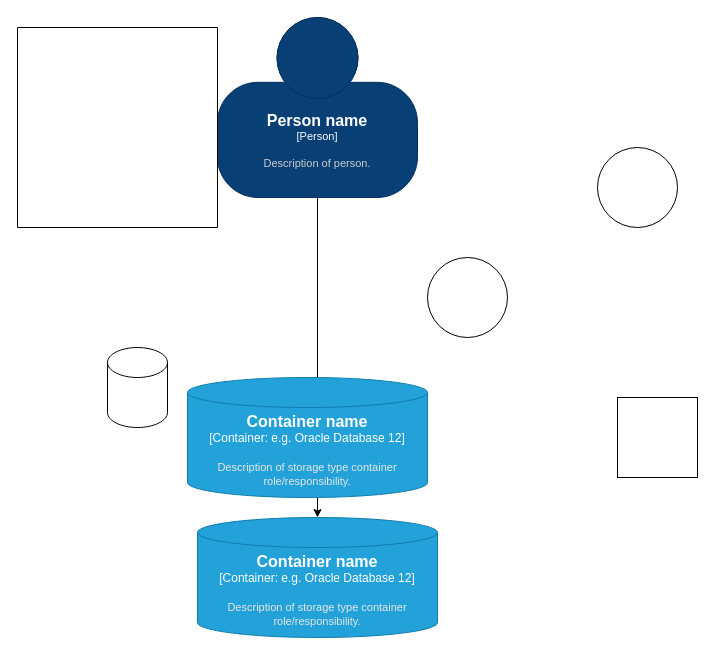
Before: Untitled Diagram.drawio in alihaddadi/threadPilot, a draw.io diagram. Source tidied: cells renumbered, new cells numbered last; positions are measured from the earlier drawing's top-left corner, leaving out a move shared by most shapes. Both pictures are drawn from the tidied source at 100%, with x=0, y=0 at pixel (17, 17).
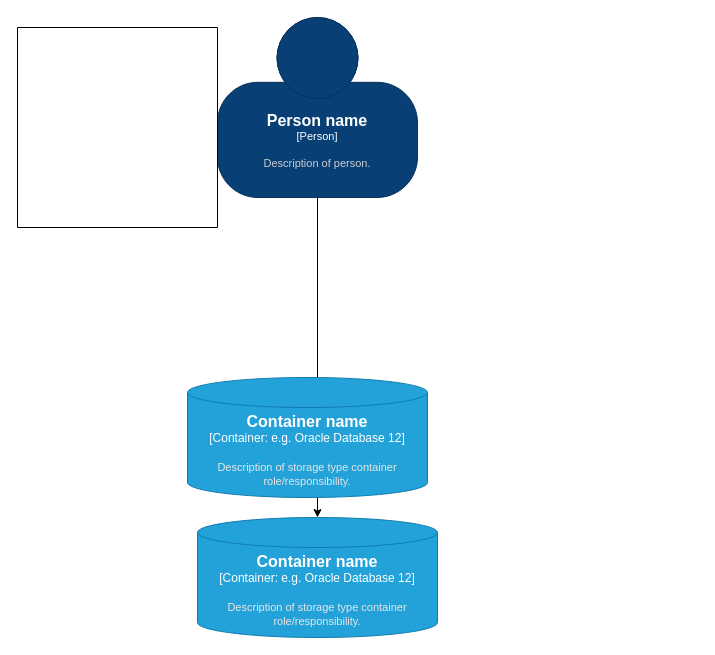
The same page after the edit.

The edit, as a diff of the source:
```diff
@@
 <mxGraphModel>
   <root>
     <mxCell id="0" />
     <mxCell id="1" parent="0" />
     <object id="2" label="&lt;font style=&quot;font-size: 16px&quot;&gt;&lt;b&gt;%c4Name%&lt;/b&gt;&lt;/font&gt;&lt;div&gt;[%c4Type%:&amp;nbsp;%c4Technology%]&lt;/div&gt;&lt;br&gt;&lt;div&gt;&lt;font style=&quot;font-size: 11px&quot;&gt;&lt;font color=&quot;#E6E6E6&quot;&gt;%c4Description%&lt;/font&gt;&lt;/div&gt;" c4Description="Description of storage type container role/responsibility." c4Name="Container name" c4Technology="e.g. Oracle Database 12" c4Type="Container" placeholders="1">
       <mxCell style="shape=cylinder3;size=15;whiteSpace=wrap;html=1;boundedLbl=1;rounded=0;labelBackgroundColor=none;fillColor=#23A2D9;fontSize=12;fontColor=#ffffff;align=center;strokeColor=#0E7DAD;points=[[0.5,0,0],[1,0.25,0],[1,0.5,0],[1,0.75,0],[0.5,1,0],[0,0.75,0],[0,0.5,0],[0,0.25,0]];" parent="1" vertex="1">
         <mxGeometry x="180" y="500" width="240" height="120" as="geometry" />
       </mxCell>
     </object>
     <object id="3" label="&lt;font style=&quot;font-size: 16px&quot;&gt;&lt;b&gt;%c4Name%&lt;/b&gt;&lt;/font&gt;&lt;div&gt;[%c4Type%]&lt;/div&gt;&lt;br&gt;&lt;div&gt;&lt;font style=&quot;font-size: 11px&quot;&gt;&lt;font color=&quot;#cccccc&quot;&gt;%c4Description%&lt;/font&gt;&lt;/div&gt;" c4Description="Description of person." c4Name="Person name" c4Type="Person" placeholders="1">
       <mxCell style="html=1;fontSize=11;dashed=0;whiteSpace=wrap;fillColor=#083F75;strokeColor=#06315C;fontColor=#ffffff;shape=mxgraph.c4.person2;align=center;points=[[0.5,0,0],[1,0.5,0],[1,0.75,0],[0.75,1,0],[0.5,1,0],[0.25,1,0],[0,0.75,0],[0,0.5,0]];" parent="1" vertex="1">
         <mxGeometry x="200" width="200" height="180" as="geometry" />
       </mxCell>
     </object>
     <mxCell id="4" style="edgeStyle=orthogonalEdgeStyle;rounded=0;jettySize=auto;html=1;entryX=0.5;entryY=0;entryDx=0;entryDy=0;entryPerimeter=0;" parent="1" edge="1" source="3" target="2">
       <mxGeometry relative="1" as="geometry" />
     </mxCell>
-    <mxCell id="5" style="ellipse;whiteSpace=wrap;html=1;" parent="1" vertex="1">
-      <mxGeometry x="410" y="240" width="80" height="80" as="geometry" />
-    </mxCell>
-    <mxCell id="6" style="whiteSpace=wrap;html=1;" parent="1" vertex="1">
-      <mxGeometry x="600" y="380" width="80" height="80" as="geometry" />
-    </mxCell>
-    <mxCell id="7" style="shape=cylinder3;whiteSpace=wrap;html=1;boundedLbl=1;backgroundOutline=1;size=15;" parent="1" vertex="1">
-      <mxGeometry x="90" y="330" width="60" height="80" as="geometry" />
-    </mxCell>
     <mxCell id="8" style="swimlane;startSize=0;" parent="1" vertex="1">
       <mxGeometry y="10" width="200" height="200" as="geometry" />
     </mxCell>
-    <mxCell id="9" style="ellipse;whiteSpace=wrap;html=1;" parent="1" vertex="1">
-      <mxGeometry x="580" y="130" width="80" height="80" as="geometry" />
-    </mxCell>
     <object id="10" label="&lt;font style=&quot;font-size: 16px&quot;&gt;&lt;b&gt;%c4Name%&lt;/b&gt;&lt;/font&gt;&lt;div&gt;[%c4Type%:&amp;nbsp;%c4Technology%]&lt;/div&gt;&lt;br&gt;&lt;div&gt;&lt;font style=&quot;font-size: 11px&quot;&gt;&lt;font color=&quot;#E6E6E6&quot;&gt;%c4Description%&lt;/font&gt;&lt;/div&gt;" c4Description="Description of storage type container role/responsibility." c4Name="Container name" c4Technology="e.g. Oracle Database 12" c4Type="Container" placeholders="1">
       <mxCell style="shape=cylinder3;size=15;whiteSpace=wrap;html=1;boundedLbl=1;rounded=0;labelBackgroundColor=none;fillColor=#23A2D9;fontSize=12;fontColor=#ffffff;align=center;strokeColor=#0E7DAD;" parent="1" vertex="1">
         <mxGeometry x="170" y="360" width="240" height="120" as="geometry" />
       </mxCell>
     </object>
   </root>
 </mxGraphModel>
```
